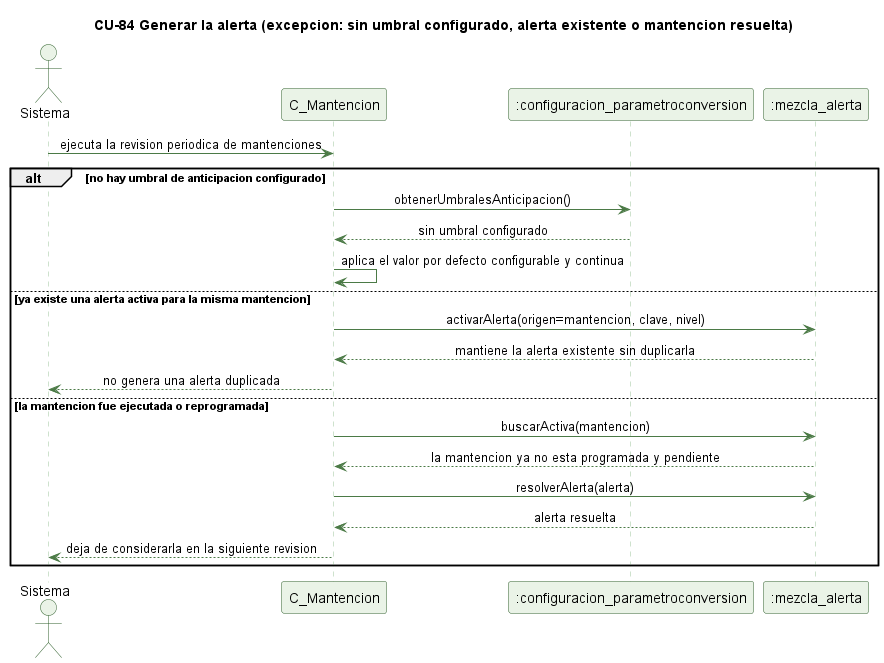
kenjikaese/Triverde keeps this PlantUML diagram as docs/trabajo-grupal/diagramas/secuencias/cu84-alerta-mantencion-excepcion.png. Above is the earlier version.
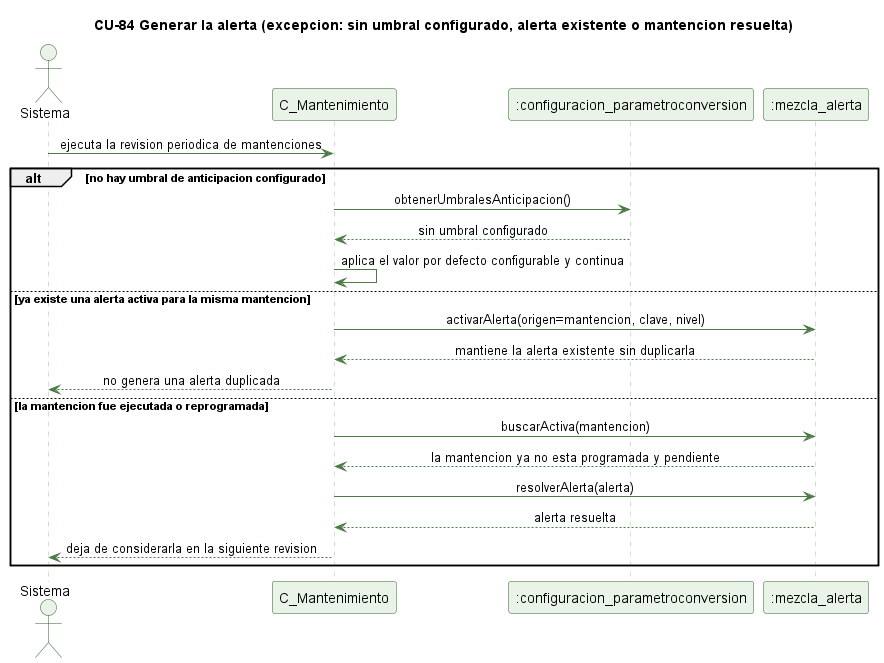
Above is the later version.

The edit, as a diff of the source:
```diff
@@ -13,7 +13,7 @@
 title CU-84 Generar la alerta (excepcion: sin umbral configurado, alerta existente o mantencion resuelta)
 
 actor Sistema
-participant "C_Mantencion" as C
+participant "C_Mantenimiento" as C
 participant ":configuracion_parametroconversion" as PC
 participant ":mezcla_alerta" as A
 
```
